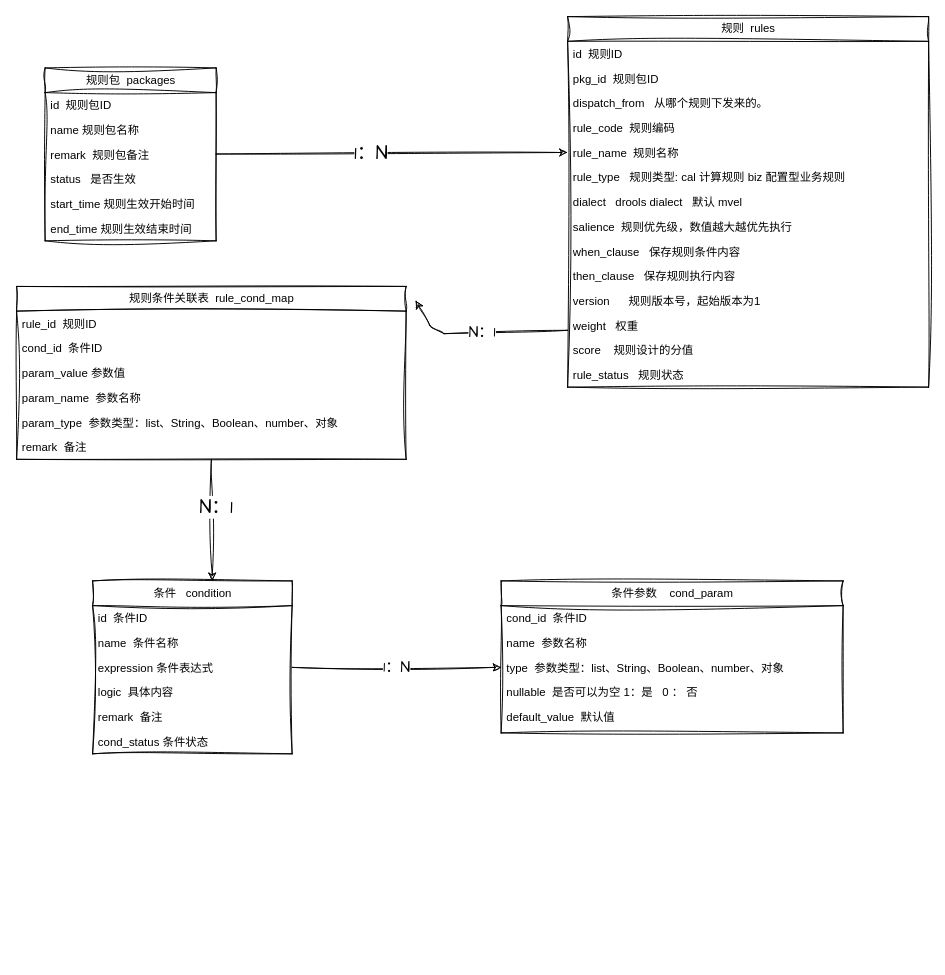
Before: drawio/rule_engine/model_engine .drawio in wllpeter/picture, a draw.io diagram. Source tidied: cells renumbered, new cells numbered last; positions are measured from the earlier drawing's top-left corner, leaving out a move shared by most shapes. Both pictures are drawn from the tidied source at 95%, with x=0, y=0 at pixel (16, 16).
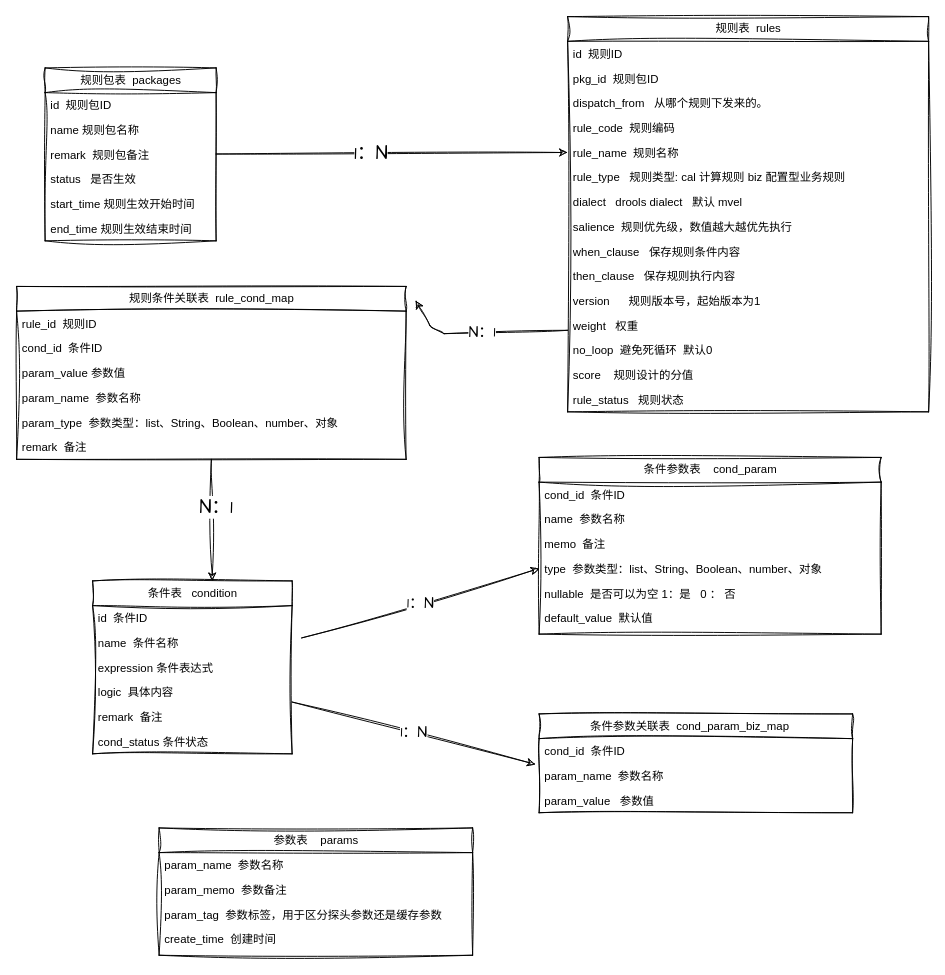
Above is the later version.

Commit message:
更新表结构

Unchanged cells that the change refers to:
```xml
<mxCell id="27" value="expression 条件表达式" style="text;strokeColor=none;fillColor=none;align=left;verticalAlign=top;spacingLeft=4;spacingRight=4;overflow=hidden;points=[[0,0.5],[1,0.5]];portConstraint=eastwest;whiteSpace=wrap;html=1;sketch=1;curveFitting=1;jiggle=2;" parent="24" vertex="1">
  <mxGeometry y="78" width="210" height="26" as="geometry" />
</mxCell>
```

What changed in the source:
```diff
@@
-    <mxCell id="2" value="规则包&amp;nbsp;&amp;nbsp;packages" style="swimlane;fontStyle=0;horizontal=1;startSize=26;fillColor=none;html=1;sketch=1;curveFitting=1;jiggle=2;" parent="1" vertex="1">
+    <mxCell id="2" value="规则包表&amp;nbsp; packages" style="swimlane;fontStyle=0;horizontal=1;startSize=26;fillColor=none;html=1;sketch=1;curveFitting=1;jiggle=2;" parent="1" vertex="1">
       <mxGeometry x="30" y="54" width="180" height="182" as="geometry" />
     </mxCell>
@@
-    <mxCell id="9" value="规则&amp;nbsp;&amp;nbsp;rules" style="swimlane;fontStyle=0;horizontal=1;startSize=26;fillColor=none;html=1;sketch=1;curveFitting=1;jiggle=2;" parent="1" vertex="1">
-      <mxGeometry x="580" width="380" height="390" as="geometry" />
+    <mxCell id="9" value="规则表&amp;nbsp; rules" style="swimlane;fontStyle=0;horizontal=1;startSize=26;fillColor=none;html=1;sketch=1;curveFitting=1;jiggle=2;" parent="1" vertex="1">
+      <mxGeometry x="580" width="380" height="416" as="geometry" />
     </mxCell>
@@
+    <mxCell id="50" value="no_loop&amp;nbsp; 避免死循环&amp;nbsp; 默认0" style="text;strokeColor=none;fillColor=none;align=left;verticalAlign=top;spacingLeft=4;spacingRight=4;overflow=hidden;whiteSpace=wrap;html=1;sketch=1;curveFitting=1;jiggle=2;" parent="9" vertex="1">
+      <mxGeometry y="338" width="380" height="26" as="geometry" />
+    </mxCell>
     <mxCell id="22" value="score&amp;nbsp; &amp;nbsp;&amp;nbsp;规则设计的分值" style="text;strokeColor=none;fillColor=none;align=left;verticalAlign=top;spacingLeft=4;spacingRight=4;overflow=hidden;whiteSpace=wrap;html=1;sketch=1;curveFitting=1;jiggle=2;" parent="9" vertex="1">
-      <mxGeometry y="338" width="380" height="26" as="geometry" />
+      <mxGeometry y="364" width="380" height="26" as="geometry" />
     </mxCell>
     <mxCell id="23" value="rule_status&amp;nbsp; &amp;nbsp;规则状态" style="text;strokeColor=none;fillColor=none;align=left;verticalAlign=top;spacingLeft=4;spacingRight=4;overflow=hidden;whiteSpace=wrap;html=1;sketch=1;curveFitting=1;jiggle=2;" parent="9" vertex="1">
-      <mxGeometry y="364" width="380" height="26" as="geometry" />
+      <mxGeometry y="390" width="380" height="26" as="geometry" />
     </mxCell>
-    <mxCell id="24" value="条件&amp;nbsp; &amp;nbsp;condition" style="swimlane;fontStyle=0;horizontal=1;startSize=26;fillColor=none;html=1;sketch=1;curveFitting=1;jiggle=2;" parent="1" vertex="1">
+    <mxCell id="24" value="条件表&amp;nbsp; &amp;nbsp;condition" style="swimlane;fontStyle=0;horizontal=1;startSize=26;fillColor=none;html=1;sketch=1;curveFitting=1;jiggle=2;" parent="1" vertex="1">
       <mxGeometry x="80" y="594" width="210" height="182" as="geometry" />
     </mxCell>
@@
-    <mxCell id="31" value="条件参数&amp;nbsp; &amp;nbsp;&amp;nbsp;cond_param" style="swimlane;fontStyle=0;horizontal=1;startSize=26;fillColor=none;html=1;sketch=1;curveFitting=1;jiggle=2;" parent="1" vertex="1">
-      <mxGeometry x="510" y="594" width="360" height="160" as="geometry" />
+    <mxCell id="31" value="条件参数表&amp;nbsp; &amp;nbsp; cond_param" style="swimlane;fontStyle=0;horizontal=1;startSize=26;fillColor=none;html=1;sketch=1;curveFitting=1;jiggle=2;" parent="1" vertex="1">
+      <mxGeometry x="550" y="464" width="360" height="186" as="geometry" />
     </mxCell>
@@
+    <mxCell id="51" value="memo&amp;nbsp; 备注" style="text;strokeColor=none;fillColor=none;align=left;verticalAlign=top;spacingLeft=4;spacingRight=4;overflow=hidden;whiteSpace=wrap;html=1;sketch=1;curveFitting=1;jiggle=2;" parent="31" vertex="1">
+      <mxGeometry y="78" width="360" height="26" as="geometry" />
+    </mxCell>
     <mxCell id="34" value="type&amp;nbsp; 参数类型：list、String、Boolean、number、对象" style="text;strokeColor=none;fillColor=none;align=left;verticalAlign=top;spacingLeft=4;spacingRight=4;overflow=hidden;points=[[0,0.5],[1,0.5]];portConstraint=eastwest;whiteSpace=wrap;html=1;sketch=1;curveFitting=1;jiggle=2;" parent="31" vertex="1">
-      <mxGeometry y="78" width="360" height="26" as="geometry" />
+      <mxGeometry y="104" width="360" height="26" as="geometry" />
     </mxCell>
     <mxCell id="35" value="nullable&amp;nbsp; 是否可以为空 1：是&amp;nbsp; &amp;nbsp;0 ： 否" style="text;strokeColor=none;fillColor=none;align=left;verticalAlign=top;spacingLeft=4;spacingRight=4;overflow=hidden;whiteSpace=wrap;html=1;sketch=1;curveFitting=1;jiggle=2;" parent="31" vertex="1">
-      <mxGeometry y="104" width="360" height="26" as="geometry" />
+      <mxGeometry y="130" width="360" height="26" as="geometry" />
     </mxCell>
     <mxCell id="36" value="default_value&amp;nbsp; 默认值" style="text;strokeColor=none;fillColor=none;align=left;verticalAlign=top;spacingLeft=4;spacingRight=4;overflow=hidden;whiteSpace=wrap;html=1;sketch=1;curveFitting=1;jiggle=2;" parent="31" vertex="1">
-      <mxGeometry y="130" width="360" height="30" as="geometry" />
+      <mxGeometry y="156" width="360" height="30" as="geometry" />
     </mxCell>
@@
-    <mxCell id="49" value="1：N" style="edgeStyle=none;sketch=1;hachureGap=4;jiggle=2;curveFitting=1;html=1;entryX=0;entryY=0.5;entryDx=0;entryDy=0;fontFamily=Architects Daughter;fontSize=16;" parent="1" edge="1" source="27" target="34">
-      <mxGeometry relative="1" as="geometry" />
+    <mxCell id="49" value="1：N" style="edgeStyle=none;sketch=1;hachureGap=4;jiggle=2;curveFitting=1;html=1;entryX=0;entryY=0.5;entryDx=0;entryDy=0;fontFamily=Architects Daughter;fontSize=16;" parent="1" edge="1" target="34">
+      <mxGeometry relative="1" as="geometry">
+        <mxPoint x="300" y="654" as="sourcePoint" />
+      </mxGeometry>
     </mxCell>
+    <mxCell id="52" value="参数表&amp;nbsp; &amp;nbsp; params" style="swimlane;fontStyle=0;horizontal=1;startSize=26;fillColor=none;html=1;sketch=1;curveFitting=1;jiggle=2;" parent="1" vertex="1">
+      <mxGeometry x="150" y="854" width="330" height="134" as="geometry" />
+    </mxCell>
+    <mxCell id="53" value="param_name&amp;nbsp; 参数名称" style="text;strokeColor=none;fillColor=none;align=left;verticalAlign=top;spacingLeft=4;spacingRight=4;overflow=hidden;whiteSpace=wrap;html=1;sketch=1;curveFitting=1;jiggle=2;" parent="52" vertex="1">
+      <mxGeometry y="26" width="330" height="26" as="geometry" />
+    </mxCell>
+    <mxCell id="54" value="param_memo&amp;nbsp; 参数备注" style="text;strokeColor=none;fillColor=none;align=left;verticalAlign=top;spacingLeft=4;spacingRight=4;overflow=hidden;whiteSpace=wrap;html=1;sketch=1;curveFitting=1;jiggle=2;" parent="52" vertex="1">
+      <mxGeometry y="52" width="330" height="26" as="geometry" />
+    </mxCell>
+    <mxCell id="55" value="param_tag&amp;nbsp;&amp;nbsp;参数标签，用于区分探头参数还是缓存参数" style="text;strokeColor=none;fillColor=none;align=left;verticalAlign=top;spacingLeft=4;spacingRight=4;overflow=hidden;whiteSpace=wrap;html=1;sketch=1;curveFitting=1;jiggle=2;" parent="52" vertex="1">
+      <mxGeometry y="78" width="330" height="26" as="geometry" />
+    </mxCell>
+    <mxCell id="56" value="create_time&amp;nbsp; 创建时间" style="text;strokeColor=none;fillColor=none;align=left;verticalAlign=top;spacingLeft=4;spacingRight=4;overflow=hidden;whiteSpace=wrap;html=1;sketch=1;curveFitting=1;jiggle=2;" parent="52" vertex="1">
+      <mxGeometry y="104" width="330" height="30" as="geometry" />
+    </mxCell>
+    <mxCell id="57" value="条件参数关联表&amp;nbsp; cond_param_biz_map&amp;nbsp; &amp;nbsp;&amp;nbsp;" style="swimlane;fontStyle=0;horizontal=1;startSize=26;fillColor=none;html=1;sketch=1;curveFitting=1;jiggle=2;" parent="1" vertex="1">
+      <mxGeometry x="550" y="734" width="330" height="104" as="geometry" />
+    </mxCell>
+    <mxCell id="58" value="cond_id&amp;nbsp; 条件ID" style="text;strokeColor=none;fillColor=none;align=left;verticalAlign=top;spacingLeft=4;spacingRight=4;overflow=hidden;points=[[0,0.5],[1,0.5]];portConstraint=eastwest;whiteSpace=wrap;html=1;sketch=1;curveFitting=1;jiggle=2;" parent="57" vertex="1">
+      <mxGeometry y="26" width="330" height="26" as="geometry" />
+    </mxCell>
+    <mxCell id="59" value="param_name&amp;nbsp; 参数名称" style="text;strokeColor=none;fillColor=none;align=left;verticalAlign=top;spacingLeft=4;spacingRight=4;overflow=hidden;whiteSpace=wrap;html=1;sketch=1;curveFitting=1;jiggle=2;" parent="57" vertex="1">
+      <mxGeometry y="52" width="330" height="26" as="geometry" />
+    </mxCell>
+    <mxCell id="60" value="param_value&amp;nbsp; &amp;nbsp;参数值" style="text;strokeColor=none;fillColor=none;align=left;verticalAlign=top;spacingLeft=4;spacingRight=4;overflow=hidden;whiteSpace=wrap;html=1;sketch=1;curveFitting=1;jiggle=2;" parent="57" vertex="1">
+      <mxGeometry y="78" width="330" height="26" as="geometry" />
+    </mxCell>
+    <mxCell id="61" value="1：N" style="edgeStyle=none;sketch=1;hachureGap=4;jiggle=2;curveFitting=1;html=1;entryX=-0.012;entryY=1.038;entryDx=0;entryDy=0;fontFamily=Architects Daughter;fontSize=16;entryPerimeter=0;" parent="1" edge="1" target="58">
+      <mxGeometry relative="1" as="geometry">
+        <mxPoint x="290" y="721.5" as="sourcePoint" />
+      </mxGeometry>
+    </mxCell>
```
